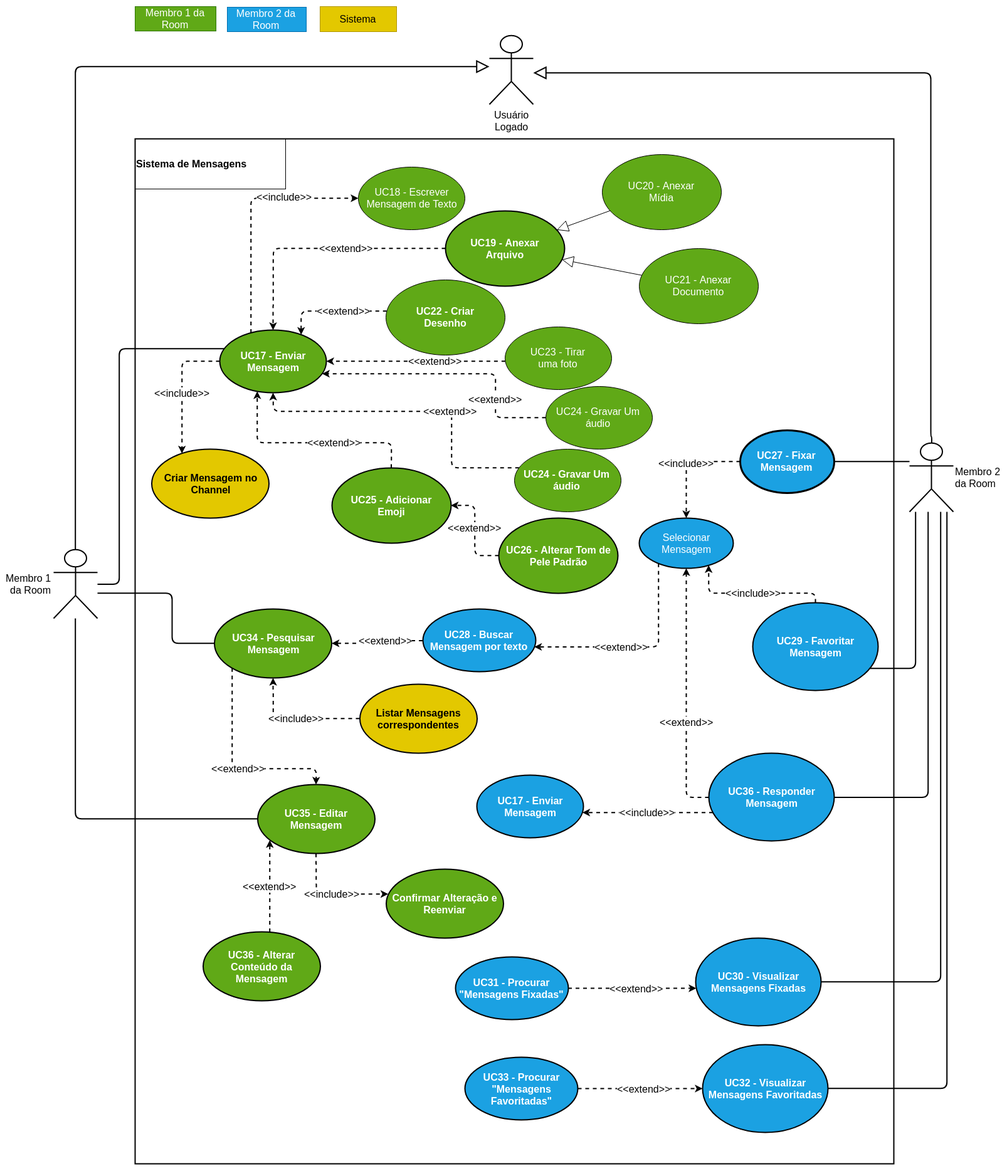
The draw.io diagram docs/img/Modelagem/dcu2_mensagens.png in MarcosNBJ/2019.1-RocketChat, before a commit. Source tidied: cells renumbered, new cells last; positions are measured from the earlier drawing's top-left corner, leaving out a move shared by most shapes.
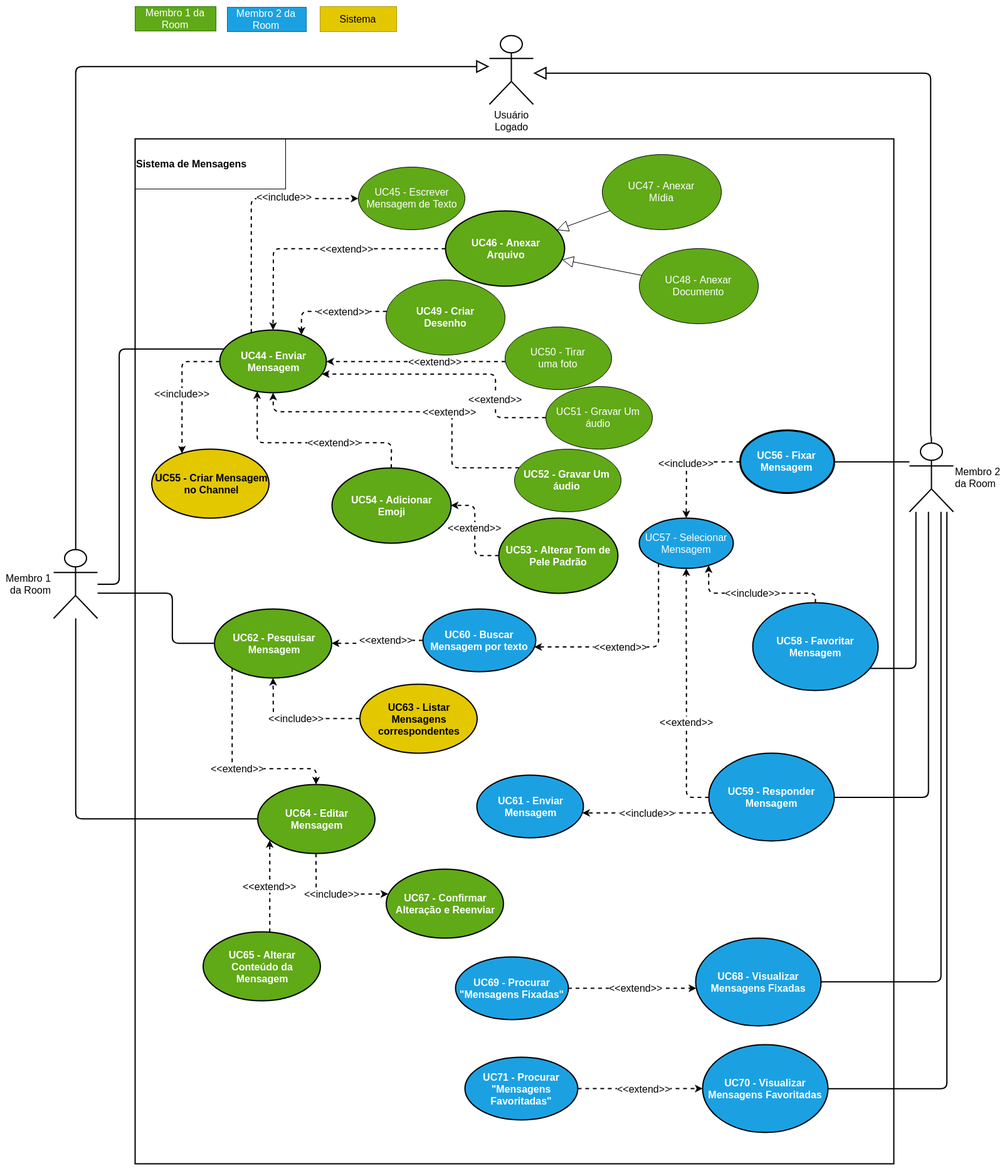
Later version of the same file.

Change to the diagram source:
```diff
@@ -10,3 +10,3 @@
     </mxCell>
-    <mxCell id="4" value="UC27 - Fixar Mensagem" style="ellipse;whiteSpace=wrap;html=1;fontSize=16;strokeWidth=3;fontStyle=1;fillColor=#1BA1E2;fontColor=#FFFFFF;" parent="1" vertex="1">
+    <mxCell id="4" value="UC56 - Fixar Mensagem" style="ellipse;whiteSpace=wrap;html=1;fontSize=16;strokeWidth=3;fontStyle=1;fillColor=#1BA1E2;fontColor=#FFFFFF;" parent="1" vertex="1">
       <mxGeometry x="1095" y="676" width="150" height="100" as="geometry" />
@@ -21,3 +21,3 @@
     </mxCell>
-    <mxCell id="6" value="Selecionar Mensagem" style="ellipse;whiteSpace=wrap;html=1;fontSize=16;strokeWidth=2;fillColor=#1BA1E2;fontColor=#FFFFFF;" parent="1" vertex="1">
+    <mxCell id="6" value="UC57 - Selecionar Mensagem" style="ellipse;whiteSpace=wrap;html=1;fontSize=16;strokeWidth=2;fillColor=#1BA1E2;fontColor=#FFFFFF;" parent="1" vertex="1">
       <mxGeometry x="934" y="816" width="150" height="80" as="geometry" />
@@ -36,3 +36,3 @@
     </mxCell>
-    <mxCell id="11" value="&lt;div style=&quot;text-align: center ; font-size: 16px&quot;&gt;&lt;span style=&quot;font-size: 16px&quot;&gt;UC17 - Enviar Mensagem&lt;/span&gt;&lt;/div&gt;" style="ellipse;whiteSpace=wrap;html=1;fontSize=16;align=left;strokeWidth=2;fontStyle=1;fillColor=#60A917;strokeColor=#000000;fontColor=#FFFFFF;" parent="1" vertex="1">
+    <mxCell id="11" value="&lt;div style=&quot;text-align: center ; font-size: 16px&quot;&gt;&lt;span style=&quot;font-size: 16px&quot;&gt;UC44 - Enviar Mensagem&lt;/span&gt;&lt;/div&gt;" style="ellipse;whiteSpace=wrap;html=1;fontSize=16;align=left;strokeWidth=2;fontStyle=1;fillColor=#60A917;strokeColor=#000000;fontColor=#FFFFFF;" parent="1" vertex="1">
       <mxGeometry x="265" y="516" width="170" height="100" as="geometry" />
@@ -47,3 +47,3 @@
     </mxCell>
-    <mxCell id="13" value="UC30 - Visualizar Mensagens Fixadas&lt;br style=&quot;font-size: 16px&quot;&gt;" style="ellipse;whiteSpace=wrap;html=1;fontSize=16;align=center;strokeWidth=2;fillColor=#1BA1E2;fontColor=#FFFFFF;fontStyle=1;" parent="1" vertex="1">
+    <mxCell id="13" value="UC68 - Visualizar Mensagens Fixadas&lt;br style=&quot;font-size: 16px&quot;&gt;" style="ellipse;whiteSpace=wrap;html=1;fontSize=16;align=center;strokeWidth=2;fillColor=#1BA1E2;fontColor=#FFFFFF;fontStyle=1;" parent="1" vertex="1">
       <mxGeometry x="1024" y="1486" width="200" height="140" as="geometry" />
@@ -81,3 +81,3 @@
     </mxCell>
-    <mxCell id="20" value="&lt;div style=&quot;text-align: center ; font-size: 16px&quot;&gt;&lt;span style=&quot;font-size: 16px&quot;&gt;UC18 - Escrever Mensagem de Texto&lt;/span&gt;&lt;/div&gt;" style="ellipse;whiteSpace=wrap;html=1;fontSize=16;align=left;strokeWidth=1;fontStyle=0;fillColor=#60A917;strokeColor=#000000;fontColor=#FFFFFF;" parent="1" vertex="1">
+    <mxCell id="20" value="&lt;div style=&quot;text-align: center ; font-size: 16px&quot;&gt;&lt;span style=&quot;font-size: 16px&quot;&gt;UC45 - Escrever Mensagem de Texto&lt;/span&gt;&lt;/div&gt;" style="ellipse;whiteSpace=wrap;html=1;fontSize=16;align=left;strokeWidth=1;fontStyle=0;fillColor=#60A917;strokeColor=#000000;fontColor=#FFFFFF;" parent="1" vertex="1">
       <mxGeometry x="486" y="256" width="170" height="100" as="geometry" />
@@ -92,3 +92,3 @@
     </mxCell>
-    <mxCell id="22" value="UC19 - Anexar&lt;br&gt;Arquivo&lt;br&gt;" style="ellipse;whiteSpace=wrap;html=1;fontSize=16;align=center;strokeWidth=2;fontStyle=1;fillColor=#60A917;strokeColor=#000000;fontColor=#FFFFFF;" parent="1" vertex="1">
+    <mxCell id="22" value="UC46 - Anexar&lt;br&gt;Arquivo&lt;br&gt;" style="ellipse;whiteSpace=wrap;html=1;fontSize=16;align=center;strokeWidth=2;fontStyle=1;fillColor=#60A917;strokeColor=#000000;fontColor=#FFFFFF;" parent="1" vertex="1">
       <mxGeometry x="625" y="326" width="190" height="120" as="geometry" />
@@ -102,3 +102,3 @@
     </mxCell>
-    <mxCell id="24" value="UC22 - Criar&lt;br&gt;Desenho&lt;br&gt;" style="ellipse;whiteSpace=wrap;html=1;fontSize=16;align=center;strokeWidth=1;fontStyle=1;fillColor=#60A917;strokeColor=#000000;fontColor=#FFFFFF;" parent="1" vertex="1">
+    <mxCell id="24" value="UC49 - Criar&lt;br&gt;Desenho&lt;br&gt;" style="ellipse;whiteSpace=wrap;html=1;fontSize=16;align=center;strokeWidth=1;fontStyle=1;fillColor=#60A917;strokeColor=#000000;fontColor=#FFFFFF;" parent="1" vertex="1">
       <mxGeometry x="530" y="435.5" width="190" height="120" as="geometry" />
@@ -112,6 +112,6 @@
     </mxCell>
-    <mxCell id="26" value="UC20 - Anexar&lt;br&gt;Mídia&lt;br&gt;" style="ellipse;whiteSpace=wrap;html=1;fontSize=16;align=center;strokeWidth=1;fontStyle=0;fillColor=#60A917;strokeColor=#000000;fontColor=#FFFFFF;" parent="1" vertex="1">
+    <mxCell id="26" value="UC47 - Anexar&lt;br&gt;Mídia&lt;br&gt;" style="ellipse;whiteSpace=wrap;html=1;fontSize=16;align=center;strokeWidth=1;fontStyle=0;fillColor=#60A917;strokeColor=#000000;fontColor=#FFFFFF;" parent="1" vertex="1">
       <mxGeometry x="875" y="236" width="190" height="120" as="geometry" />
     </mxCell>
-    <mxCell id="27" value="UC21 - Anexar&lt;br&gt;Documento&lt;br&gt;" style="ellipse;whiteSpace=wrap;html=1;fontSize=16;align=center;strokeWidth=1;fontStyle=0;fillColor=#60A917;strokeColor=#000000;fontColor=#FFFFFF;" parent="1" vertex="1">
+    <mxCell id="27" value="UC48 - Anexar&lt;br&gt;Documento&lt;br&gt;" style="ellipse;whiteSpace=wrap;html=1;fontSize=16;align=center;strokeWidth=1;fontStyle=0;fillColor=#60A917;strokeColor=#000000;fontColor=#FFFFFF;" parent="1" vertex="1">
       <mxGeometry x="934" y="386" width="190" height="120" as="geometry" />
@@ -124,3 +124,3 @@
     </mxCell>
-    <mxCell id="30" value="UC25 - Adicionar&lt;br&gt;Emoji&lt;br&gt;" style="ellipse;whiteSpace=wrap;html=1;fontSize=16;align=center;strokeWidth=2;fontStyle=1;fillColor=#60A917;strokeColor=#000000;fontColor=#FFFFFF;" parent="1" vertex="1">
+    <mxCell id="30" value="UC54 - Adicionar&lt;br&gt;Emoji&lt;br&gt;" style="ellipse;whiteSpace=wrap;html=1;fontSize=16;align=center;strokeWidth=2;fontStyle=1;fillColor=#60A917;strokeColor=#000000;fontColor=#FFFFFF;" parent="1" vertex="1">
       <mxGeometry x="443.5" y="736" width="190" height="120" as="geometry" />
@@ -135,9 +135,9 @@
     </mxCell>
-    <mxCell id="32" value="&lt;div style=&quot;text-align: center ; font-size: 16px&quot;&gt;&lt;span style=&quot;font-size: 16px&quot;&gt;UC23 - Tirar&lt;/span&gt;&lt;/div&gt;&lt;div style=&quot;text-align: center ; font-size: 16px&quot;&gt;&lt;span style=&quot;font-size: 16px&quot;&gt;uma foto&lt;/span&gt;&lt;/div&gt;" style="ellipse;whiteSpace=wrap;html=1;fontSize=16;align=center;strokeWidth=1;fontStyle=0;fillColor=#60A917;strokeColor=#000000;fontColor=#FFFFFF;" parent="1" vertex="1">
+    <mxCell id="32" value="&lt;div style=&quot;text-align: center ; font-size: 16px&quot;&gt;&lt;span style=&quot;font-size: 16px&quot;&gt;UC50 - Tirar&lt;/span&gt;&lt;/div&gt;&lt;div style=&quot;text-align: center ; font-size: 16px&quot;&gt;&lt;span style=&quot;font-size: 16px&quot;&gt;uma foto&lt;/span&gt;&lt;/div&gt;" style="ellipse;whiteSpace=wrap;html=1;fontSize=16;align=center;strokeWidth=1;fontStyle=0;fillColor=#60A917;strokeColor=#000000;fontColor=#FFFFFF;" parent="1" vertex="1">
       <mxGeometry x="720" y="511" width="170" height="100" as="geometry" />
     </mxCell>
-    <mxCell id="33" value="&lt;div style=&quot;text-align: center ; font-size: 16px&quot;&gt;&lt;span style=&quot;font-size: 16px&quot;&gt;UC24 - Gravar Um áudio&lt;/span&gt;&lt;/div&gt;" style="ellipse;whiteSpace=wrap;html=1;fontSize=16;align=center;strokeWidth=1;fontStyle=0;fillColor=#60A917;strokeColor=#000000;fontColor=#FFFFFF;" parent="1" vertex="1">
+    <mxCell id="33" value="&lt;div style=&quot;text-align: center ; font-size: 16px&quot;&gt;&lt;span style=&quot;font-size: 16px&quot;&gt;UC51 - Gravar Um áudio&lt;/span&gt;&lt;/div&gt;" style="ellipse;whiteSpace=wrap;html=1;fontSize=16;align=center;strokeWidth=1;fontStyle=0;fillColor=#60A917;strokeColor=#000000;fontColor=#FFFFFF;" parent="1" vertex="1">
       <mxGeometry x="785" y="606" width="170" height="100" as="geometry" />
     </mxCell>
-    <mxCell id="34" value="&lt;div style=&quot;text-align: center ; font-size: 16px&quot;&gt;&lt;span style=&quot;font-size: 16px&quot;&gt;UC24 - Gravar Um áudio&lt;/span&gt;&lt;/div&gt;" style="ellipse;whiteSpace=wrap;html=1;fontSize=16;align=center;strokeWidth=1;fontStyle=1;fillColor=#60A917;strokeColor=#000000;fontColor=#FFFFFF;" parent="1" vertex="1">
+    <mxCell id="34" value="&lt;div style=&quot;text-align: center ; font-size: 16px&quot;&gt;&lt;span style=&quot;font-size: 16px&quot;&gt;UC52 - Gravar Um áudio&lt;/span&gt;&lt;/div&gt;" style="ellipse;whiteSpace=wrap;html=1;fontSize=16;align=center;strokeWidth=1;fontStyle=1;fillColor=#60A917;strokeColor=#000000;fontColor=#FFFFFF;" parent="1" vertex="1">
       <mxGeometry x="735" y="706" width="170" height="100" as="geometry" />
@@ -170,3 +170,3 @@
     </mxCell>
-    <mxCell id="38" value="UC26 - Alterar Tom de Pele Padrão&lt;br&gt;" style="ellipse;whiteSpace=wrap;html=1;fontSize=16;align=center;strokeWidth=2;fontStyle=1;fillColor=#60A917;strokeColor=#000000;fontColor=#FFFFFF;" parent="1" vertex="1">
+    <mxCell id="38" value="UC53 - Alterar Tom de Pele Padrão&lt;br&gt;" style="ellipse;whiteSpace=wrap;html=1;fontSize=16;align=center;strokeWidth=2;fontStyle=1;fillColor=#60A917;strokeColor=#000000;fontColor=#FFFFFF;" parent="1" vertex="1">
       <mxGeometry x="710" y="816" width="190" height="120" as="geometry" />
@@ -176,3 +176,3 @@
     </mxCell>
-    <mxCell id="40" value="UC28 - Buscar Mensagem por texto" style="ellipse;whiteSpace=wrap;html=1;fontSize=16;strokeWidth=2;fillColor=#1BA1E2;fontColor=#FFFFFF;fontStyle=1;" parent="1" vertex="1">
+    <mxCell id="40" value="UC60 - Buscar Mensagem por texto" style="ellipse;whiteSpace=wrap;html=1;fontSize=16;strokeWidth=2;fillColor=#1BA1E2;fontColor=#FFFFFF;fontStyle=1;" parent="1" vertex="1">
       <mxGeometry x="588.5" y="961" width="180" height="100" as="geometry" />
@@ -187,6 +187,6 @@
     </mxCell>
-    <mxCell id="42" value="UC29 - Favoritar Mensagem&lt;br style=&quot;font-size: 16px&quot;&gt;" style="ellipse;whiteSpace=wrap;html=1;fontSize=16;align=center;strokeWidth=2;fillColor=#1BA1E2;fontColor=#FFFFFF;fontStyle=1;" parent="1" vertex="1">
+    <mxCell id="42" value="UC58 - Favoritar Mensagem&lt;br style=&quot;font-size: 16px&quot;&gt;" style="ellipse;whiteSpace=wrap;html=1;fontSize=16;align=center;strokeWidth=2;fillColor=#1BA1E2;fontColor=#FFFFFF;fontStyle=1;" parent="1" vertex="1">
       <mxGeometry x="1115" y="951" width="200" height="140" as="geometry" />
     </mxCell>
-    <mxCell id="43" value="UC31 - Procurar &quot;Mensagens Fixadas&quot;" style="ellipse;whiteSpace=wrap;html=1;fontSize=16;strokeWidth=2;fillColor=#1BA1E2;fontColor=#FFFFFF;fontStyle=1;" parent="1" vertex="1">
+    <mxCell id="43" value="UC69 - Procurar &quot;Mensagens Fixadas&quot;" style="ellipse;whiteSpace=wrap;html=1;fontSize=16;strokeWidth=2;fillColor=#1BA1E2;fontColor=#FFFFFF;fontStyle=1;" parent="1" vertex="1">
       <mxGeometry x="640.5" y="1516" width="180" height="100" as="geometry" />
@@ -215,6 +215,6 @@
     </mxCell>
-    <mxCell id="47" value="UC32 - Visualizar Mensagens Favoritadas&lt;br style=&quot;font-size: 16px&quot;&gt;" style="ellipse;whiteSpace=wrap;html=1;fontSize=16;align=center;strokeWidth=2;fillColor=#1BA1E2;fontColor=#FFFFFF;fontStyle=1;" parent="1" vertex="1">
+    <mxCell id="47" value="UC70 - Visualizar Mensagens Favoritadas&lt;br style=&quot;font-size: 16px&quot;&gt;" style="ellipse;whiteSpace=wrap;html=1;fontSize=16;align=center;strokeWidth=2;fillColor=#1BA1E2;fontColor=#FFFFFF;fontStyle=1;" parent="1" vertex="1">
       <mxGeometry x="1035" y="1656" width="200" height="140" as="geometry" />
     </mxCell>
-    <mxCell id="48" value="UC33 - Procurar &quot;Mensagens Favoritadas&quot;" style="ellipse;whiteSpace=wrap;html=1;fontSize=16;strokeWidth=2;fillColor=#1BA1E2;fontColor=#FFFFFF;fontStyle=1;" parent="1" vertex="1">
+    <mxCell id="48" value="UC71 - Procurar &quot;Mensagens Favoritadas&quot;" style="ellipse;whiteSpace=wrap;html=1;fontSize=16;strokeWidth=2;fillColor=#1BA1E2;fontColor=#FFFFFF;fontStyle=1;" parent="1" vertex="1">
       <mxGeometry x="656" y="1676" width="180" height="100" as="geometry" />
@@ -231,3 +231,3 @@
     </mxCell>
-    <mxCell id="51" value="&lt;div style=&quot;text-align: center ; font-size: 16px&quot;&gt;&lt;span style=&quot;font-size: 16px&quot;&gt;UC34 - Pesquisar Mensagem&lt;/span&gt;&lt;/div&gt;" style="ellipse;whiteSpace=wrap;html=1;fontSize=16;align=left;strokeWidth=2;fontStyle=1;fillColor=#60A917;strokeColor=#000000;fontColor=#FFFFFF;" parent="1" vertex="1">
+    <mxCell id="51" value="&lt;div style=&quot;text-align: center ; font-size: 16px&quot;&gt;&lt;span style=&quot;font-size: 16px&quot;&gt;UC62 - Pesquisar Mensagem&lt;/span&gt;&lt;/div&gt;" style="ellipse;whiteSpace=wrap;html=1;fontSize=16;align=left;strokeWidth=2;fontStyle=1;fillColor=#60A917;strokeColor=#000000;fontColor=#FFFFFF;" parent="1" vertex="1">
       <mxGeometry x="256.5" y="961" width="187" height="110" as="geometry" />
@@ -245,3 +245,3 @@
     </mxCell>
-    <mxCell id="54" value="&lt;div style=&quot;text-align: center ; font-size: 16px&quot;&gt;&lt;span style=&quot;font-size: 16px&quot;&gt;Listar Mensagens correspondentes&lt;/span&gt;&lt;/div&gt;" style="ellipse;whiteSpace=wrap;html=1;fontSize=16;align=left;strokeWidth=2;fontStyle=1;fillColor=#E3C800;strokeColor=#000000;fontColor=#000000;" parent="1" vertex="1">
+    <mxCell id="54" value="&lt;div style=&quot;text-align: center ; font-size: 16px&quot;&gt;&lt;span style=&quot;font-size: 16px&quot;&gt;UC63 - Listar Mensagens correspondentes&lt;/span&gt;&lt;/div&gt;" style="ellipse;whiteSpace=wrap;html=1;fontSize=16;align=left;strokeWidth=2;fontStyle=1;fillColor=#E3C800;strokeColor=#000000;fontColor=#000000;" parent="1" vertex="1">
       <mxGeometry x="488" y="1081" width="187" height="110" as="geometry" />
@@ -251,3 +251,3 @@
     </mxCell>
-    <mxCell id="56" value="&lt;div style=&quot;text-align: center ; font-size: 16px&quot;&gt;&lt;span style=&quot;font-size: 16px&quot;&gt;UC35 - Editar Mensagem&lt;/span&gt;&lt;/div&gt;" style="ellipse;whiteSpace=wrap;html=1;fontSize=16;align=left;strokeWidth=2;fontStyle=1;fillColor=#60A917;strokeColor=#000000;fontColor=#FFFFFF;" parent="1" vertex="1">
+    <mxCell id="56" value="&lt;div style=&quot;text-align: center ; font-size: 16px&quot;&gt;&lt;span style=&quot;font-size: 16px&quot;&gt;UC64 - Editar Mensagem&lt;/span&gt;&lt;/div&gt;" style="ellipse;whiteSpace=wrap;html=1;fontSize=16;align=left;strokeWidth=2;fontStyle=1;fillColor=#60A917;strokeColor=#000000;fontColor=#FFFFFF;" parent="1" vertex="1">
       <mxGeometry x="325" y="1241" width="187" height="110" as="geometry" />
@@ -269,3 +269,3 @@
     </mxCell>
-    <mxCell id="59" value="&lt;div style=&quot;text-align: center ; font-size: 16px&quot;&gt;&lt;span style=&quot;font-size: 16px&quot;&gt;UC36 - Alterar Conteúdo da Mensagem&lt;/span&gt;&lt;/div&gt;" style="ellipse;whiteSpace=wrap;html=1;fontSize=16;align=left;strokeWidth=2;fontStyle=1;fillColor=#60A917;strokeColor=#000000;fontColor=#FFFFFF;" parent="1" vertex="1">
+    <mxCell id="59" value="&lt;div style=&quot;text-align: center ; font-size: 16px&quot;&gt;&lt;span style=&quot;font-size: 16px&quot;&gt;UC65 - Alterar Conteúdo da Mensagem&lt;/span&gt;&lt;/div&gt;" style="ellipse;whiteSpace=wrap;html=1;fontSize=16;align=left;strokeWidth=2;fontStyle=1;fillColor=#60A917;strokeColor=#000000;fontColor=#FFFFFF;" parent="1" vertex="1">
       <mxGeometry x="238" y="1476" width="187" height="110" as="geometry" />
@@ -280,3 +280,3 @@
     </mxCell>
-    <mxCell id="61" value="UC36 - Responder Mensagem&lt;br style=&quot;font-size: 16px&quot;&gt;" style="ellipse;whiteSpace=wrap;html=1;fontSize=16;align=center;strokeWidth=2;fillColor=#1BA1E2;fontColor=#FFFFFF;fontStyle=1;" parent="1" vertex="1">
+    <mxCell id="61" value="UC59 - Responder Mensagem&lt;br style=&quot;font-size: 16px&quot;&gt;" style="ellipse;whiteSpace=wrap;html=1;fontSize=16;align=center;strokeWidth=2;fillColor=#1BA1E2;fontColor=#FFFFFF;fontStyle=1;" parent="1" vertex="1">
       <mxGeometry x="1045" y="1191" width="200" height="140" as="geometry" />
@@ -297,3 +297,3 @@
     </mxCell>
-    <mxCell id="64" value="&lt;div style=&quot;text-align: center ; font-size: 16px&quot;&gt;&lt;span style=&quot;font-size: 16px&quot;&gt;UC17 - Enviar Mensagem&lt;/span&gt;&lt;/div&gt;" style="ellipse;whiteSpace=wrap;html=1;fontSize=16;align=left;strokeWidth=2;fontStyle=1;fillColor=#1BA1E2;strokeColor=#000000;fontColor=#FFFFFF;" parent="1" vertex="1">
+    <mxCell id="64" value="&lt;div style=&quot;text-align: center ; font-size: 16px&quot;&gt;&lt;span style=&quot;font-size: 16px&quot;&gt;UC61 - Enviar Mensagem&lt;/span&gt;&lt;/div&gt;" style="ellipse;whiteSpace=wrap;html=1;fontSize=16;align=left;strokeWidth=2;fontStyle=1;fillColor=#1BA1E2;strokeColor=#000000;fontColor=#FFFFFF;" parent="1" vertex="1">
       <mxGeometry x="675" y="1226" width="170" height="100" as="geometry" />
@@ -308,3 +308,3 @@
     </mxCell>
-    <mxCell id="66" value="&lt;div style=&quot;text-align: center ; font-size: 16px&quot;&gt;&lt;span style=&quot;font-size: 16px&quot;&gt;Confirmar Alteração e Reenviar&lt;/span&gt;&lt;/div&gt;" style="ellipse;whiteSpace=wrap;html=1;fontSize=16;align=left;strokeWidth=2;fontStyle=1;fillColor=#60A917;strokeColor=#000000;fontColor=#FFFFFF;" parent="1" vertex="1">
+    <mxCell id="66" value="&lt;div style=&quot;text-align: center ; font-size: 16px&quot;&gt;&lt;span style=&quot;font-size: 16px&quot;&gt;UC67 - Confirmar Alteração e Reenviar&lt;/span&gt;&lt;/div&gt;" style="ellipse;whiteSpace=wrap;html=1;fontSize=16;align=left;strokeWidth=2;fontStyle=1;fillColor=#60A917;strokeColor=#000000;fontColor=#FFFFFF;" parent="1" vertex="1">
       <mxGeometry x="530" y="1376" width="187" height="110" as="geometry" />
@@ -318,3 +318,3 @@
     </mxCell>
-    <mxCell id="68" value="&lt;div style=&quot;text-align: center ; font-size: 16px&quot;&gt;&lt;span style=&quot;font-size: 16px&quot;&gt;Criar Mensagem no Channel&lt;/span&gt;&lt;/div&gt;" style="ellipse;whiteSpace=wrap;html=1;fontSize=16;align=left;strokeWidth=2;fontStyle=1;fillColor=#E3C800;strokeColor=#000000;fontColor=#000000;" parent="1" vertex="1">
+    <mxCell id="68" value="&lt;div style=&quot;text-align: center ; font-size: 16px&quot;&gt;&lt;span style=&quot;font-size: 16px&quot;&gt;UC55 - Criar Mensagem no Channel&lt;/span&gt;&lt;/div&gt;" style="ellipse;whiteSpace=wrap;html=1;fontSize=16;align=left;strokeWidth=2;fontStyle=1;fillColor=#E3C800;strokeColor=#000000;fontColor=#000000;" parent="1" vertex="1">
       <mxGeometry x="156.5" y="706" width="187" height="110" as="geometry" />
```
